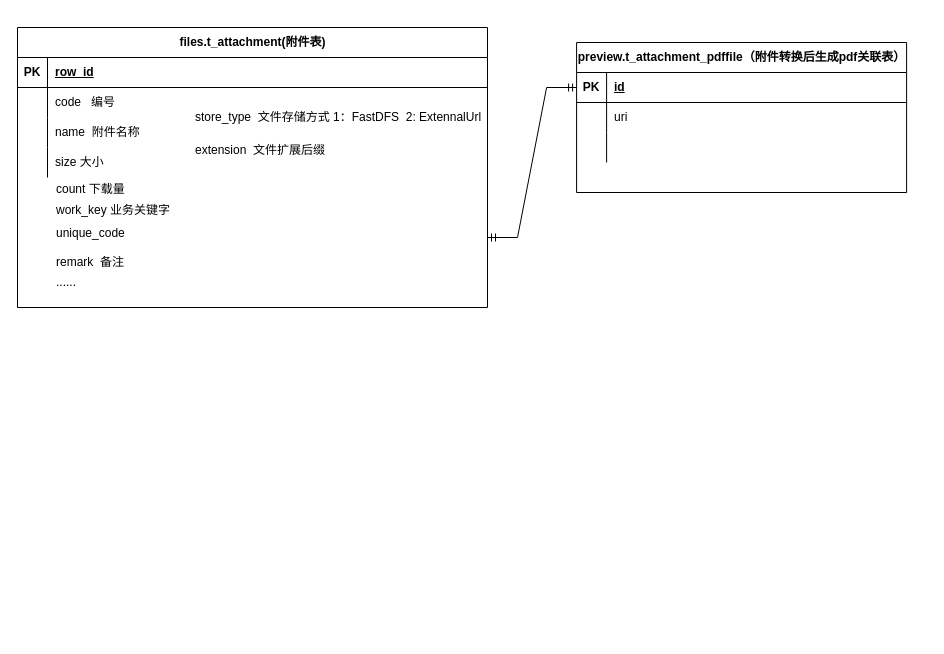
JnCaoxia/java-learn keeps this draw.io diagram as page "第 17 页" (17 of 17) of Untitled Diagram.drawio. Above is the earlier version. Source tidied: cells renumbered, new cells numbered last; positions are measured from the earlier drawing's top-left corner, leaving out a move shared by most shapes. Both pictures are drawn from the tidied source at 100%, with x=0, y=0 at pixel (17, 17).
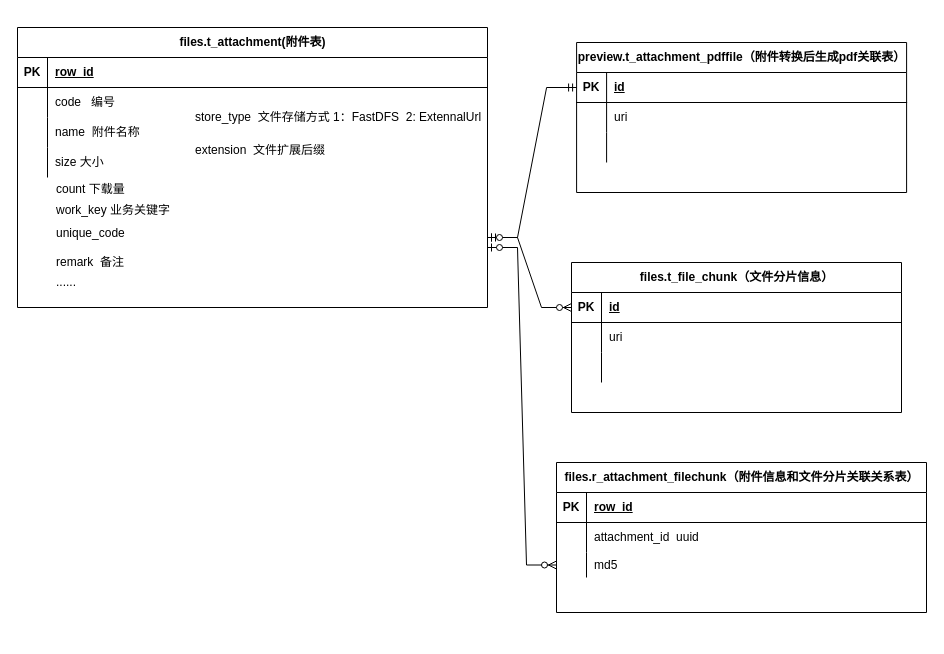
Above is the later version.

Unchanged cells that the change refers to:
```xml
<mxCell id="3" value="files.t_attachment(附件表)" style="shape=table;startSize=30;childLayout=tableLayout;rowLines=0;fontStyle=1;align=center;html=1;" parent="2" vertex="1">
  <mxGeometry width="470" height="280" as="geometry" />
</mxCell>
```

Diff of the diagram source:
```diff
@@
+    <mxCell id="35" style="group;" parent="1" vertex="1">
+      <mxGeometry x="530" y="220" width="360" height="200" as="geometry" />
+    </mxCell>
+    <mxCell id="36" value="files.t_file_chunk（文件分片信息）" style="shape=table;startSize=30;childLayout=tableLayout;rowLines=0;fontStyle=1;align=center;html=1;" parent="35" vertex="1">
+      <mxGeometry x="24" y="25" width="330" height="150" as="geometry" />
+    </mxCell>
+    <mxCell id="37" style="shape=tableRow;horizontal=0;startSize=0;swimlaneHead=0;swimlaneBody=0;fillColor=none;points=[[0,0.5],[1,0.5]];portConstraint=eastwest;top=0;left=0;right=0;bottom=1;" parent="36" vertex="1">
+      <mxGeometry y="30" width="330" height="30" as="geometry" />
+    </mxCell>
+    <mxCell id="38" value="PK" style="shape=partialRectangle;fillColor=none;top=0;left=0;bottom=0;right=0;fontStyle=1;overflow=hidden;whiteSpace=wrap;html=1;" parent="37" vertex="1">
+      <mxGeometry width="30" height="30" as="geometry" />
+    </mxCell>
+    <mxCell id="39" value="id" style="shape=partialRectangle;fillColor=none;top=0;left=0;bottom=0;right=0;align=left;spacingLeft=6;fontStyle=5;overflow=hidden;whiteSpace=wrap;html=1;" parent="37" vertex="1">
+      <mxGeometry x="30" width="300" height="30" as="geometry" />
+    </mxCell>
+    <mxCell id="40" style="shape=tableRow;horizontal=0;startSize=0;swimlaneHead=0;swimlaneBody=0;fillColor=none;top=0;left=0;right=0;bottom=0;" parent="36" vertex="1">
+      <mxGeometry y="60" width="330" height="30" as="geometry" />
+    </mxCell>
+    <mxCell id="41" style="shape=partialRectangle;fillColor=none;top=0;left=0;bottom=0;right=0;overflow=hidden;whiteSpace=wrap;html=1;" parent="40" vertex="1">
+      <mxGeometry width="30" height="30" as="geometry" />
+    </mxCell>
+    <mxCell id="42" value="uri" style="shape=partialRectangle;fillColor=none;top=0;left=0;bottom=0;right=0;align=left;spacingLeft=6;overflow=hidden;whiteSpace=wrap;html=1;" parent="40" vertex="1">
+      <mxGeometry x="30" width="300" height="30" as="geometry" />
+    </mxCell>
+    <mxCell id="43" style="shape=tableRow;horizontal=0;startSize=0;swimlaneHead=0;swimlaneBody=0;fillColor=none;top=0;left=0;right=0;bottom=0;" parent="36" vertex="1">
+      <mxGeometry y="90" width="330" height="30" as="geometry" />
+    </mxCell>
+    <mxCell id="44" style="shape=partialRectangle;fillColor=none;top=0;left=0;bottom=0;right=0;overflow=hidden;whiteSpace=wrap;html=1;" parent="43" vertex="1">
+      <mxGeometry width="30" height="30" as="geometry" />
+    </mxCell>
+    <mxCell id="45" style="shape=partialRectangle;fillColor=none;top=0;left=0;bottom=0;right=0;align=left;spacingLeft=6;overflow=hidden;whiteSpace=wrap;html=1;" parent="43" vertex="1">
+      <mxGeometry x="30" width="300" height="30" as="geometry" />
+    </mxCell>
+    <mxCell id="46" style="edgeStyle=entityRelationEdgeStyle;fontSize=12;html=1;endArrow=ERzeroToMany;startArrow=ERzeroToOne;rounded=0;exitX=1;exitY=0.75;exitDx=0;exitDy=0;entryX=0;entryY=0.5;entryDx=0;entryDy=0;" parent="1" edge="1" source="3" target="37">
+      <mxGeometry relative="1" as="geometry" />
+    </mxCell>
+    <mxCell id="47" style="group;" parent="1" vertex="1">
+      <mxGeometry x="539" y="420" width="370" height="200" as="geometry" />
+    </mxCell>
+    <mxCell id="48" value="files.r_attachment_filechunk（附件信息和文件分片关联关系表）" style="shape=table;startSize=30;childLayout=tableLayout;rowLines=0;fontStyle=1;align=center;html=1;" parent="47" vertex="1">
+      <mxGeometry y="25" width="370" height="150" as="geometry" />
+    </mxCell>
+    <mxCell id="49" style="shape=tableRow;horizontal=0;startSize=0;swimlaneHead=0;swimlaneBody=0;fillColor=none;top=0;left=0;right=0;bottom=1;" parent="48" vertex="1">
+      <mxGeometry y="30" width="370" height="30" as="geometry" />
+    </mxCell>
+    <mxCell id="50" value="PK" style="shape=partialRectangle;fillColor=none;top=0;left=0;bottom=0;right=0;fontStyle=1;overflow=hidden;whiteSpace=wrap;html=1;" parent="49" vertex="1">
+      <mxGeometry width="30" height="30" as="geometry" />
+    </mxCell>
+    <mxCell id="51" value="row_id" style="shape=partialRectangle;fillColor=none;top=0;left=0;bottom=0;right=0;align=left;spacingLeft=6;fontStyle=5;overflow=hidden;whiteSpace=wrap;html=1;" parent="49" vertex="1">
+      <mxGeometry x="30" width="340" height="30" as="geometry" />
+    </mxCell>
+    <mxCell id="52" style="shape=tableRow;horizontal=0;startSize=0;swimlaneHead=0;swimlaneBody=0;fillColor=none;top=0;left=0;right=0;bottom=0;" parent="48" vertex="1">
+      <mxGeometry y="60" width="370" height="30" as="geometry" />
+    </mxCell>
+    <mxCell id="53" style="shape=partialRectangle;fillColor=none;top=0;left=0;bottom=0;right=0;overflow=hidden;whiteSpace=wrap;html=1;" parent="52" vertex="1">
+      <mxGeometry width="30" height="30" as="geometry" />
+    </mxCell>
+    <mxCell id="54" value="attachment_id&amp;nbsp; uuid" style="shape=partialRectangle;fillColor=none;top=0;left=0;bottom=0;right=0;align=left;spacingLeft=6;overflow=hidden;whiteSpace=wrap;html=1;" parent="52" vertex="1">
+      <mxGeometry x="30" width="340" height="30" as="geometry" />
+    </mxCell>
+    <mxCell id="55" style="shape=tableRow;horizontal=0;startSize=0;swimlaneHead=0;swimlaneBody=0;fillColor=none;points=[[0,0.5],[1,0.5]];portConstraint=eastwest;top=0;left=0;right=0;bottom=0;" parent="48" vertex="1">
+      <mxGeometry y="90" width="370" height="25" as="geometry" />
+    </mxCell>
+    <mxCell id="56" style="shape=partialRectangle;fillColor=none;top=0;left=0;bottom=0;right=0;overflow=hidden;whiteSpace=wrap;html=1;" parent="55" vertex="1">
+      <mxGeometry width="30" height="25" as="geometry" />
+    </mxCell>
+    <mxCell id="57" value="md5" style="shape=partialRectangle;fillColor=none;top=0;left=0;bottom=0;right=0;align=left;spacingLeft=6;overflow=hidden;whiteSpace=wrap;html=1;" parent="55" vertex="1">
+      <mxGeometry x="30" width="340" height="25" as="geometry" />
+    </mxCell>
+    <mxCell id="58" style="edgeStyle=entityRelationEdgeStyle;fontSize=12;html=1;endArrow=ERzeroToMany;startArrow=ERzeroToOne;rounded=0;" parent="1" edge="1" target="55">
+      <mxGeometry relative="1" as="geometry">
+        <mxPoint x="470" y="230" as="sourcePoint" />
+      </mxGeometry>
+    </mxCell>
```
